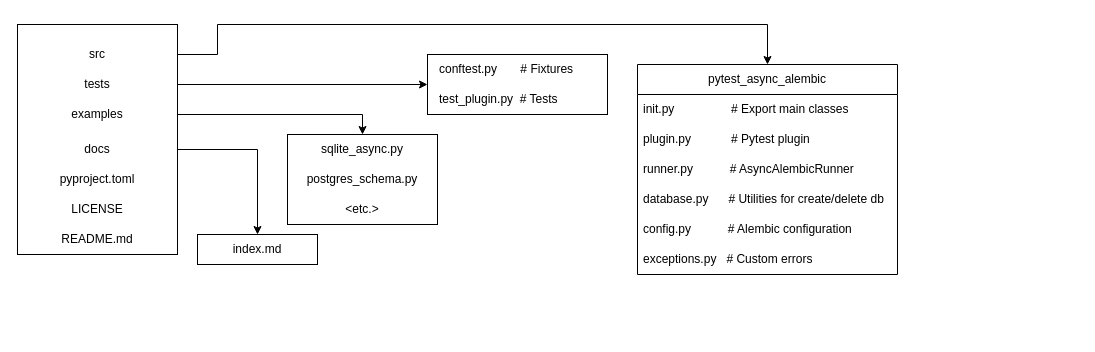
stillouyng/AlembicX keeps this draw.io diagram as PytestAsyncAlembic.drawio. Above is the earlier version. Source tidied: cells renumbered, new cells numbered last; positions are measured from the earlier drawing's top-left corner, leaving out a move shared by most shapes. Both pictures are drawn from the tidied source at 100%, with x=0, y=0 at pixel (17, 24).
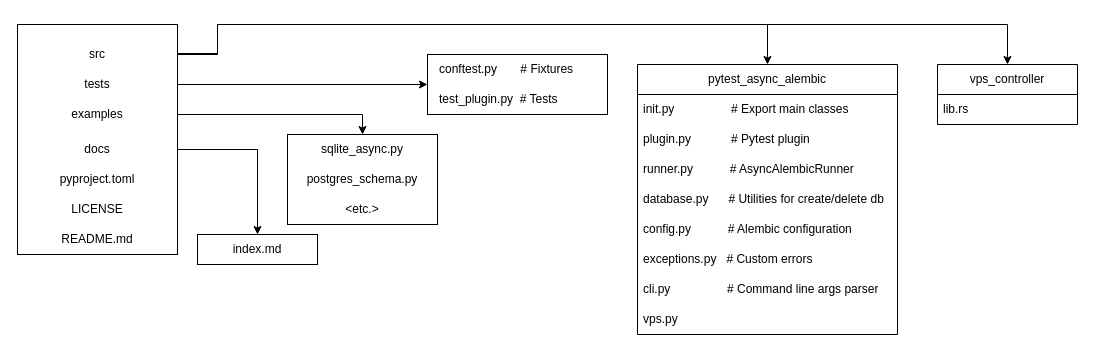
The same diagram, later.

Commit message:
Add base vps_controller module

The change refers to these unchanged cells:
```xml
<mxCell id="4" value="src" style="text;html=1;align=center;verticalAlign=middle;whiteSpace=wrap;rounded=0;labelBackgroundColor=none;" parent="1" vertex="1">
  <mxGeometry y="15" width="160" height="30" as="geometry" />
</mxCell>
```

What changed in the source:
```diff
@@
-    <mxCell id="3" style="edgeStyle=orthogonalEdgeStyle;rounded=0;jettySize=auto;html=1;labelBackgroundColor=none;fontColor=default;entryX=0.5;entryY=0;entryDx=0;entryDy=0;exitX=1;exitY=0.5;exitDx=0;exitDy=0;" parent="1" edge="1" source="4" target="5">
+    <mxCell id="3" style="edgeStyle=orthogonalEdgeStyle;rounded=0;jettySize=auto;html=1;labelBackgroundColor=none;fontColor=default;exitX=1;exitY=0.5;exitDx=0;exitDy=0;entryX=0.5;entryY=0;entryDx=0;entryDy=0;" parent="1" edge="1" source="4" target="5">
       <mxGeometry relative="1" as="geometry">
         <Array as="points">
           <mxPoint x="200" y="30" />
           <mxPoint x="200" />
           <mxPoint x="750" />
         </Array>
       </mxGeometry>
     </mxCell>
+    <mxCell id="29" style="edgeStyle=orthogonalEdgeStyle;rounded=0;jettySize=auto;html=1;entryX=0.5;entryY=0;entryDx=0;entryDy=0;" parent="1" edge="1" target="32">
+      <mxGeometry relative="1" as="geometry">
+        <mxPoint x="160" y="29" as="sourcePoint" />
+        <Array as="points">
+          <mxPoint x="200" y="29" />
+          <mxPoint x="200" />
+          <mxPoint x="990" />
+        </Array>
+      </mxGeometry>
+    </mxCell>
@@
     <mxCell id="5" value="pytest_async_alembic" style="swimlane;fontStyle=0;horizontal=1;startSize=30;whiteSpace=wrap;html=1;labelBackgroundColor=none;" parent="1" vertex="1">
-      <mxGeometry x="620" y="40" width="260" height="210" as="geometry" />
+      <mxGeometry x="620" y="40" width="260" height="270" as="geometry" />
     </mxCell>
@@
+    <mxCell id="30" value="cli.py&amp;nbsp; &amp;nbsp; &amp;nbsp; &amp;nbsp; &amp;nbsp; &amp;nbsp; &amp;nbsp; &amp;nbsp; &amp;nbsp;# Command line args parser" style="text;strokeColor=none;fillColor=none;align=left;verticalAlign=middle;spacingLeft=4;spacingRight=4;overflow=hidden;whiteSpace=wrap;html=1;labelBackgroundColor=none;" parent="5" vertex="1">
+      <mxGeometry y="210" width="260" height="30" as="geometry" />
+    </mxCell>
+    <mxCell id="31" value="vps.py" style="text;strokeColor=none;fillColor=none;align=left;verticalAlign=middle;spacingLeft=4;spacingRight=4;overflow=hidden;whiteSpace=wrap;html=1;labelBackgroundColor=none;" parent="5" vertex="1">
+      <mxGeometry y="240" width="260" height="30" as="geometry" />
+    </mxCell>
@@
+    <mxCell id="32" value="vps_controller" style="swimlane;fontStyle=0;horizontal=1;startSize=30;whiteSpace=wrap;html=1;" parent="1" vertex="1">
+      <mxGeometry x="920" y="40" width="140" height="60" as="geometry" />
+    </mxCell>
+    <mxCell id="33" value="lib.rs" style="text;strokeColor=none;fillColor=none;align=left;verticalAlign=middle;spacingLeft=4;spacingRight=4;overflow=hidden;whiteSpace=wrap;html=1;" parent="32" vertex="1">
+      <mxGeometry y="30" width="140" height="30" as="geometry" />
+    </mxCell>
```
